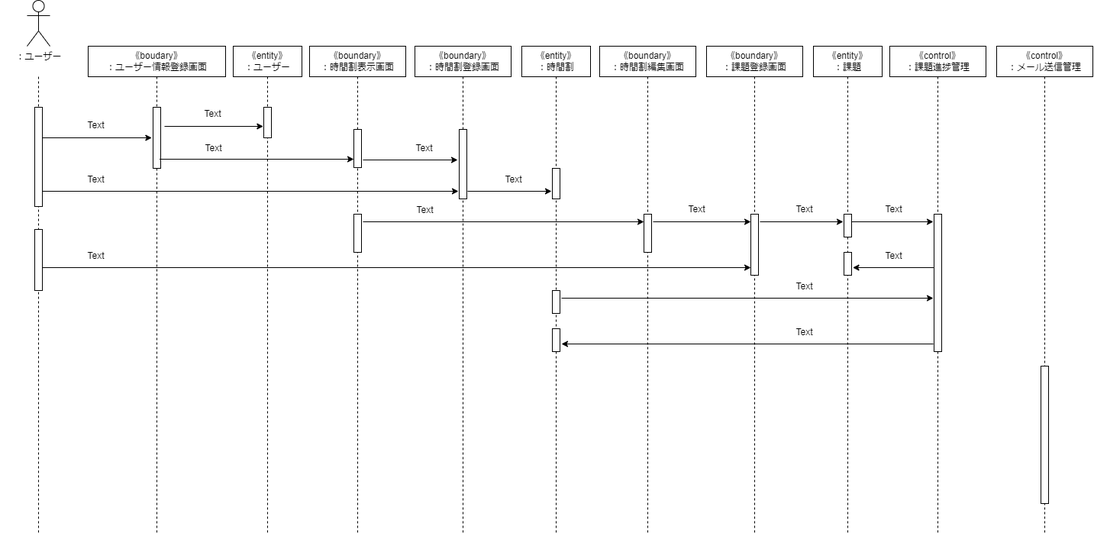
masaki1234567/psp4 keeps this draw.io diagram as 構造図/シーケンス図/シーケンス図.drawio.png. Above is the earlier version. Source tidied: cells renumbered, new cells last; positions are measured from the earlier drawing's top-left corner, leaving out a move shared by most shapes.
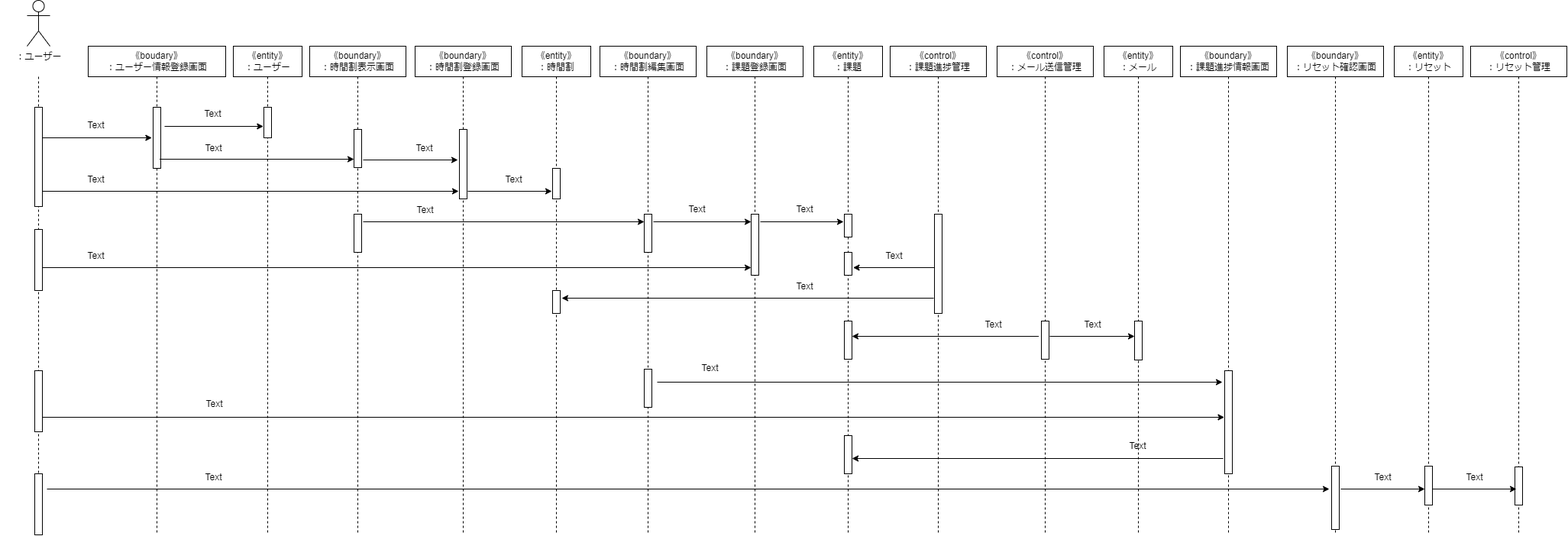
Later version of the same file.

Commit message:
わく組完成

The edit, as a diff of the source:
```diff
@@ -17,6 +17,18 @@
     <mxCell id="5" style="html=1;perimeter=orthogonalPerimeter;" parent="2" vertex="1">
       <mxGeometry x="45" y="200" width="10" height="80" as="geometry" />
     </mxCell>
+    <mxCell id="58" style="html=1;perimeter=orthogonalPerimeter;" parent="2" vertex="1">
+      <mxGeometry x="45" y="385" width="10" height="80" as="geometry" />
+    </mxCell>
+    <mxCell id="59" style="html=1;perimeter=orthogonalPerimeter;" parent="2" vertex="1">
+      <mxGeometry x="45" y="520" width="10" height="80" as="geometry" />
+    </mxCell>
+    <mxCell id="60" style="edgeStyle=none;orthogonalLoop=1;jettySize=auto;html=1;" parent="2" edge="1">
+      <mxGeometry relative="1" as="geometry">
+        <mxPoint x="61" y="540" as="sourcePoint" />
+        <mxPoint x="1740" y="540" as="targetPoint" />
+      </mxGeometry>
+    </mxCell>
     <mxCell id="6" value="：ユーザー" style="shape=umlActor;verticalLabelPosition=bottom;verticalAlign=top;html=1;" parent="1" vertex="1">
       <mxGeometry x="35" width="30" height="60" as="geometry" />
     </mxCell>
@@ -44,6 +56,12 @@
     <mxCell id="13" value="Text" style="text;html=1;align=center;verticalAlign=middle;strokeColor=none;fillColor=none;" parent="7" vertex="1">
       <mxGeometry x="-15" y="260" width="50" height="30" as="geometry" />
     </mxCell>
+    <mxCell id="61" style="edgeStyle=none;orthogonalLoop=1;jettySize=auto;html=1;" parent="7" edge="1">
+      <mxGeometry relative="1" as="geometry">
+        <mxPoint x="-60" y="486" as="sourcePoint" />
+        <mxPoint x="1487.5" y="486" as="targetPoint" />
+      </mxGeometry>
+    </mxCell>
     <mxCell id="14" value="《entity》&lt;br&gt;：ユーザー" style="shape=umlLifeline;perimeter=lifelinePerimeter;whiteSpace=wrap;html=1;" parent="1" vertex="1">
       <mxGeometry x="305" y="60" width="90" height="640" as="geometry" />
     </mxCell>
@@ -53,6 +71,9 @@
     <mxCell id="16" value="Text" style="text;html=1;align=center;verticalAlign=middle;strokeColor=none;fillColor=none;" parent="14" vertex="1">
       <mxGeometry x="-51" y="119" width="50" height="30" as="geometry" />
     </mxCell>
+    <mxCell id="62" value="Text" style="text;html=1;align=center;verticalAlign=middle;strokeColor=none;fillColor=none;" parent="14" vertex="1">
+      <mxGeometry x="-51" y="550" width="50" height="30" as="geometry" />
+    </mxCell>
     <mxCell id="17" style="endArrow=classic;html=1;entryX=-0.066;entryY=0.5;entryDx=0;entryDy=0;entryPerimeter=0;" parent="1" edge="1">
       <mxGeometry relative="1" as="geometry">
         <mxPoint x="215" y="165" as="sourcePoint" />
@@ -110,9 +131,6 @@
     <mxCell id="31" style="html=1;perimeter=orthogonalPerimeter;" parent="28" vertex="1">
       <mxGeometry x="40" y="320" width="10" height="30" as="geometry" />
     </mxCell>
-    <mxCell id="32" style="html=1;perimeter=orthogonalPerimeter;" parent="28" vertex="1">
-      <mxGeometry x="40" y="370" width="10" height="30" as="geometry" />
-    </mxCell>
     <mxCell id="33" style="endArrow=classic;html=1;" parent="1" edge="1">
       <mxGeometry relative="1" as="geometry">
         <mxPoint x="612" y="250" as="sourcePoint" />
@@ -131,6 +149,9 @@
         <mxPoint x="198" y="230" as="targetPoint" />
       </mxGeometry>
     </mxCell>
+    <mxCell id="63" style="html=1;perimeter=orthogonalPerimeter;" parent="34" vertex="1">
+      <mxGeometry x="58" y="423" width="10" height="50" as="geometry" />
+    </mxCell>
     <mxCell id="37" value="《boundary》&lt;br&gt;：課題登録画面" style="shape=umlLifeline;perimeter=lifelinePerimeter;whiteSpace=wrap;html=1;" parent="1" vertex="1">
       <mxGeometry x="925" y="60" width="126" height="640" as="geometry" />
     </mxCell>
@@ -152,6 +173,9 @@
     <mxCell id="41" value="Text" style="text;html=1;align=center;verticalAlign=middle;strokeColor=none;fillColor=none;" parent="37" vertex="1">
       <mxGeometry x="103" y="300" width="50" height="30" as="geometry" />
     </mxCell>
+    <mxCell id="64" value="Text" style="text;html=1;align=center;verticalAlign=middle;strokeColor=none;fillColor=none;" parent="37" vertex="1">
+      <mxGeometry x="-21" y="407" width="50" height="30" as="geometry" />
+    </mxCell>
     <mxCell id="42" value="Text" style="text;html=1;align=center;verticalAlign=middle;strokeColor=none;fillColor=none;" parent="1" vertex="1">
       <mxGeometry x="887" y="259" width="50" height="30" as="geometry" />
     </mxCell>
@@ -161,21 +185,21 @@
     <mxCell id="44" style="html=1;perimeter=orthogonalPerimeter;" parent="43" vertex="1">
       <mxGeometry x="40" y="220" width="10" height="30" as="geometry" />
     </mxCell>
-    <mxCell id="45" style="endArrow=classic;html=1;" parent="43" edge="1">
-      <mxGeometry relative="1" as="geometry">
-        <mxPoint x="50" y="230" as="sourcePoint" />
-        <mxPoint x="157" y="230" as="targetPoint" />
-      </mxGeometry>
-    </mxCell>
     <mxCell id="46" style="endArrow=classic;html=1;" parent="43" edge="1">
       <mxGeometry relative="1" as="geometry">
-        <mxPoint x="-330" y="330" as="sourcePoint" />
-        <mxPoint x="157" y="330" as="targetPoint" />
+        <mxPoint x="157" y="330" as="sourcePoint" />
+        <mxPoint x="-330" y="330" as="targetPoint" />
       </mxGeometry>
     </mxCell>
     <mxCell id="47" style="html=1;perimeter=orthogonalPerimeter;" parent="43" vertex="1">
       <mxGeometry x="40" y="270" width="10" height="30" as="geometry" />
     </mxCell>
+    <mxCell id="65" style="html=1;perimeter=orthogonalPerimeter;" parent="43" vertex="1">
+      <mxGeometry x="40" y="360" width="10" height="50" as="geometry" />
+    </mxCell>
+    <mxCell id="66" style="html=1;perimeter=orthogonalPerimeter;" parent="43" vertex="1">
+      <mxGeometry x="40" y="510" width="10" height="50" as="geometry" />
+    </mxCell>
     <mxCell id="48" value="Text" style="text;html=1;align=center;verticalAlign=middle;strokeColor=none;fillColor=none;" parent="1" vertex="1">
       <mxGeometry x="1028" y="259" width="50" height="30" as="geometry" />
     </mxCell>
@@ -183,11 +207,8 @@
       <mxGeometry x="1165" y="60" width="126" height="640" as="geometry" />
     </mxCell>
     <mxCell id="50" style="html=1;perimeter=orthogonalPerimeter;" parent="49" vertex="1">
-      <mxGeometry x="58" y="220" width="10" height="180" as="geometry" />
+      <mxGeometry x="58" y="220" width="10" height="130" as="geometry" />
     </mxCell>
-    <mxCell id="51" value="Text" style="text;html=1;align=center;verticalAlign=middle;strokeColor=none;fillColor=none;" parent="49" vertex="1">
-      <mxGeometry x="-20" y="199" width="50" height="30" as="geometry" />
-    </mxCell>
     <mxCell id="52" style="endArrow=classic;html=1;" parent="49" edge="1">
       <mxGeometry relative="1" as="geometry">
         <mxPoint x="58.5" y="290" as="sourcePoint" />
@@ -197,20 +218,95 @@
     <mxCell id="53" value="Text" style="text;html=1;align=center;verticalAlign=middle;strokeColor=none;fillColor=none;" parent="49" vertex="1">
       <mxGeometry x="-20" y="260" width="50" height="30" as="geometry" />
     </mxCell>
-    <mxCell id="54" style="endArrow=classic;html=1;" parent="1" edge="1">
-      <mxGeometry relative="1" as="geometry">
-        <mxPoint x="1222" y="450" as="sourcePoint" />
-        <mxPoint x="735" y="450" as="targetPoint" />
-      </mxGeometry>
-    </mxCell>
-    <mxCell id="55" value="Text" style="text;html=1;align=center;verticalAlign=middle;strokeColor=none;fillColor=none;" parent="1" vertex="1">
-      <mxGeometry x="1028" y="420" width="50" height="30" as="geometry" />
-    </mxCell>
+    <mxCell id="67" style="endArrow=classic;html=1;" parent="49" edge="1">
+      <mxGeometry relative="1" as="geometry">
+        <mxPoint x="194.5" y="380" as="sourcePoint" />
+        <mxPoint x="-50" y="380" as="targetPoint" />
+      </mxGeometry>
+    </mxCell>
     <mxCell id="56" value="《control》&lt;br&gt;：メール送信管理" style="shape=umlLifeline;perimeter=lifelinePerimeter;whiteSpace=wrap;html=1;" parent="1" vertex="1">
       <mxGeometry x="1305" y="60" width="126" height="640" as="geometry" />
     </mxCell>
-    <mxCell id="57" style="html=1;perimeter=orthogonalPerimeter;" parent="1" vertex="1">
-      <mxGeometry x="1363" y="479" width="10" height="180" as="geometry" />
+    <mxCell id="57" style="html=1;perimeter=orthogonalPerimeter;" parent="56" vertex="1">
+      <mxGeometry x="58" y="360" width="10" height="50" as="geometry" />
     </mxCell>
+    <mxCell id="68" value="Text" style="text;html=1;align=center;verticalAlign=middle;strokeColor=none;fillColor=none;" parent="56" vertex="1">
+      <mxGeometry x="-30" y="350" width="50" height="30" as="geometry" />
+    </mxCell>
+    <mxCell id="69" style="endArrow=classic;html=1;" parent="56" edge="1">
+      <mxGeometry relative="1" as="geometry">
+        <mxPoint x="-445" y="440" as="sourcePoint" />
+        <mxPoint x="295" y="440" as="targetPoint" />
+      </mxGeometry>
+    </mxCell>
+    <mxCell id="70" value="《entity》&lt;br&gt;：メール" style="shape=umlLifeline;perimeter=lifelinePerimeter;whiteSpace=wrap;html=1;" parent="1" vertex="1">
+      <mxGeometry x="1445" y="60" width="90" height="640" as="geometry" />
+    </mxCell>
+    <mxCell id="71" style="html=1;perimeter=orthogonalPerimeter;" parent="70" vertex="1">
+      <mxGeometry x="40" y="360" width="10" height="51" as="geometry" />
+    </mxCell>
+    <mxCell id="72" value="Text" style="text;html=1;align=center;verticalAlign=middle;strokeColor=none;fillColor=none;" parent="70" vertex="1">
+      <mxGeometry x="-40" y="350" width="50" height="30" as="geometry" />
+    </mxCell>
+    <mxCell id="73" style="edgeStyle=none;orthogonalLoop=1;jettySize=auto;html=1;" parent="1" edge="1">
+      <mxGeometry relative="1" as="geometry">
+        <mxPoint x="1374" y="440" as="sourcePoint" />
+        <mxPoint x="1485" y="440" as="targetPoint" />
+      </mxGeometry>
+    </mxCell>
+    <mxCell id="74" value="《boundary》&lt;br&gt;：課題進捗情報画面" style="shape=umlLifeline;perimeter=lifelinePerimeter;whiteSpace=wrap;html=1;" parent="1" vertex="1">
+      <mxGeometry x="1545" y="60" width="126" height="640" as="geometry" />
+    </mxCell>
+    <mxCell id="75" style="html=1;perimeter=orthogonalPerimeter;" parent="74" vertex="1">
+      <mxGeometry x="58" y="425" width="10" height="135" as="geometry" />
+    </mxCell>
+    <mxCell id="76" style="edgeStyle=none;orthogonalLoop=1;jettySize=auto;html=1;" parent="74" edge="1">
+      <mxGeometry relative="1" as="geometry">
+        <mxPoint x="56" y="540" as="sourcePoint" />
+        <mxPoint x="-429.9" y="540" as="targetPoint" />
+      </mxGeometry>
+    </mxCell>
+    <mxCell id="77" value="Text" style="text;html=1;align=center;verticalAlign=middle;strokeColor=none;fillColor=none;" parent="1" vertex="1">
+      <mxGeometry x="255" y="514" width="50" height="30" as="geometry" />
+    </mxCell>
+    <mxCell id="78" value="Text" style="text;html=1;align=center;verticalAlign=middle;strokeColor=none;fillColor=none;" parent="1" vertex="1">
+      <mxGeometry x="1464" y="569" width="50" height="30" as="geometry" />
+    </mxCell>
+    <mxCell id="79" value="《boundary》&lt;br&gt;：リセット確認画面" style="shape=umlLifeline;perimeter=lifelinePerimeter;whiteSpace=wrap;html=1;" parent="1" vertex="1">
+      <mxGeometry x="1685" y="60" width="126" height="640" as="geometry" />
+    </mxCell>
+    <mxCell id="80" style="html=1;perimeter=orthogonalPerimeter;" parent="79" vertex="1">
+      <mxGeometry x="58" y="550" width="10" height="83" as="geometry" />
+    </mxCell>
+    <mxCell id="81" value="《entity》&lt;br&gt;：リセット" style="shape=umlLifeline;perimeter=lifelinePerimeter;whiteSpace=wrap;html=1;" parent="1" vertex="1">
+      <mxGeometry x="1825" y="60" width="90" height="640" as="geometry" />
+    </mxCell>
+    <mxCell id="82" style="html=1;perimeter=orthogonalPerimeter;" parent="81" vertex="1">
+      <mxGeometry x="40" y="550" width="10" height="51" as="geometry" />
+    </mxCell>
+    <mxCell id="83" style="edgeStyle=none;orthogonalLoop=1;jettySize=auto;html=1;" parent="81" edge="1">
+      <mxGeometry relative="1" as="geometry">
+        <mxPoint x="-70" y="580" as="sourcePoint" />
+        <mxPoint x="40" y="580" as="targetPoint" />
+      </mxGeometry>
+    </mxCell>
+    <mxCell id="84" value="Text" style="text;html=1;align=center;verticalAlign=middle;strokeColor=none;fillColor=none;" parent="81" vertex="1">
+      <mxGeometry x="-40" y="550" width="50" height="30" as="geometry" />
+    </mxCell>
+    <mxCell id="85" value="《control》&lt;br&gt;：リセット管理" style="shape=umlLifeline;perimeter=lifelinePerimeter;whiteSpace=wrap;html=1;" parent="1" vertex="1">
+      <mxGeometry x="1925" y="60" width="126" height="640" as="geometry" />
+    </mxCell>
+    <mxCell id="86" style="html=1;perimeter=orthogonalPerimeter;" parent="85" vertex="1">
+      <mxGeometry x="58" y="551" width="10" height="50" as="geometry" />
+    </mxCell>
+    <mxCell id="87" style="edgeStyle=none;orthogonalLoop=1;jettySize=auto;html=1;" parent="85" edge="1">
+      <mxGeometry relative="1" as="geometry">
+        <mxPoint x="-50" y="580" as="sourcePoint" />
+        <mxPoint x="60" y="580" as="targetPoint" />
+      </mxGeometry>
+    </mxCell>
+    <mxCell id="88" value="Text" style="text;html=1;align=center;verticalAlign=middle;strokeColor=none;fillColor=none;" parent="85" vertex="1">
+      <mxGeometry x="-20" y="550" width="50" height="30" as="geometry" />
+    </mxCell>
   </root>
 </mxGraphModel>
```
